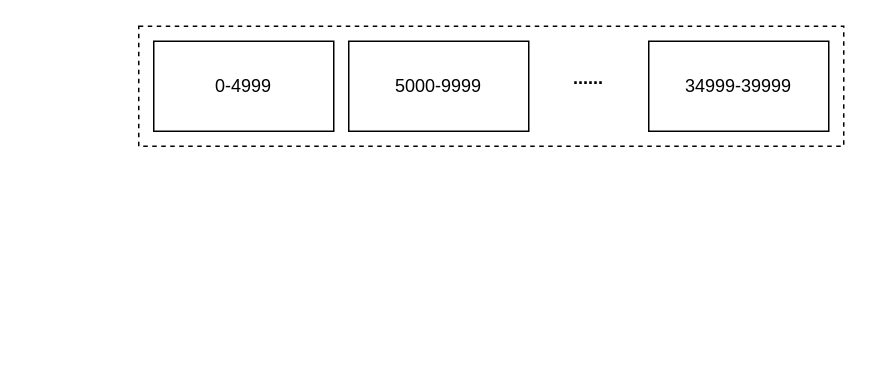
The draw.io diagram 关联链路优化-20240911.drawio in Angzz/drawio, before the edit. Source tidied: cells renumbered, new cells numbered last; positions are measured from the earlier drawing's top-left corner, leaving out a move shared by most shapes. Both pictures are drawn from the tidied source at 150%, with x=0, y=0 at pixel (138, 26).
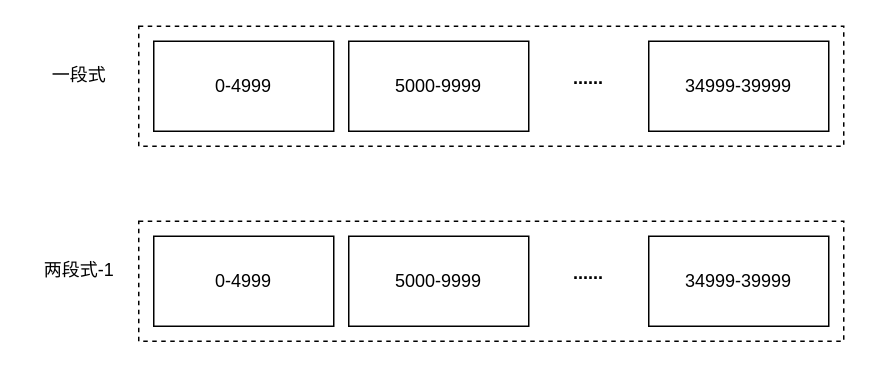
Above is the later version.

Commit message (it also covers changes not shown here):
Update 关联链路优化-20240911.drawio

The edit, as a diff of the source:
```diff
@@
 <mxGraphModel>
   <root>
     <mxCell id="0" />
     <mxCell id="1" parent="0" />
     <mxCell id="2" style="rounded=0;whiteSpace=wrap;html=1;dashed=1;" parent="1" vertex="1">
       <mxGeometry width="470" height="80" as="geometry" />
     </mxCell>
     <mxCell id="3" value="0-4999" style="rounded=0;whiteSpace=wrap;html=1;" parent="1" vertex="1">
       <mxGeometry x="10" y="10" width="120" height="60" as="geometry" />
     </mxCell>
     <mxCell id="4" value="5000-9999" style="rounded=0;whiteSpace=wrap;html=1;" parent="1" vertex="1">
       <mxGeometry x="140" y="10" width="120" height="60" as="geometry" />
     </mxCell>
     <mxCell id="5" value="......" style="text;html=1;strokeColor=none;fillColor=none;align=center;verticalAlign=middle;whiteSpace=wrap;rounded=0;fontStyle=1;" parent="1" vertex="1">
       <mxGeometry x="270" y="20" width="60" height="30" as="geometry" />
     </mxCell>
     <mxCell id="6" value="34999-39999" style="rounded=0;whiteSpace=wrap;html=1;" parent="1" vertex="1">
       <mxGeometry x="340" y="10" width="120" height="60" as="geometry" />
     </mxCell>
+    <mxCell id="7" value="一段式" style="text;html=1;align=center;verticalAlign=middle;strokeColor=none;fillColor=none;" parent="1" vertex="1">
+      <mxGeometry x="-70" y="18" width="60" height="30" as="geometry" />
+    </mxCell>
+    <mxCell id="8" style="rounded=0;whiteSpace=wrap;html=1;dashed=1;" parent="1" vertex="1">
+      <mxGeometry y="130" width="470" height="80" as="geometry" />
+    </mxCell>
+    <mxCell id="9" value="0-4999" style="rounded=0;whiteSpace=wrap;html=1;" parent="1" vertex="1">
+      <mxGeometry x="10" y="140" width="120" height="60" as="geometry" />
+    </mxCell>
+    <mxCell id="10" value="5000-9999" style="rounded=0;whiteSpace=wrap;html=1;" parent="1" vertex="1">
+      <mxGeometry x="140" y="140" width="120" height="60" as="geometry" />
+    </mxCell>
+    <mxCell id="11" value="......" style="text;html=1;strokeColor=none;fillColor=none;align=center;verticalAlign=middle;whiteSpace=wrap;rounded=0;fontStyle=1;" parent="1" vertex="1">
+      <mxGeometry x="270" y="150" width="60" height="30" as="geometry" />
+    </mxCell>
+    <mxCell id="12" value="34999-39999" style="rounded=0;whiteSpace=wrap;html=1;" parent="1" vertex="1">
+      <mxGeometry x="340" y="140" width="120" height="60" as="geometry" />
+    </mxCell>
+    <mxCell id="13" value="两段式-1" style="text;html=1;align=center;verticalAlign=middle;strokeColor=none;fillColor=none;" parent="1" vertex="1">
+      <mxGeometry x="-75" y="148" width="70" height="30" as="geometry" />
+    </mxCell>
   </root>
 </mxGraphModel>
```
